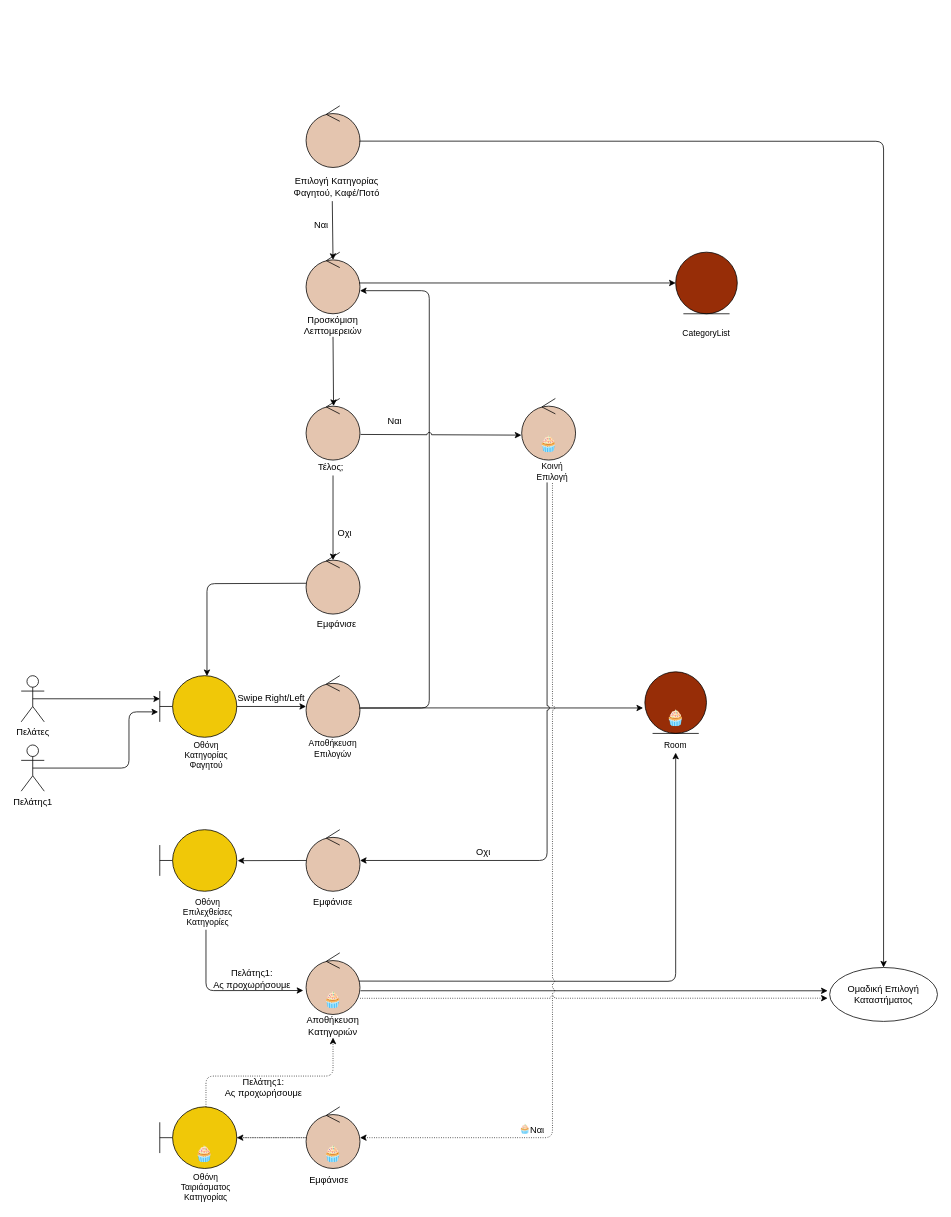
The draw.io diagram docs/contributions/JoannaAgo/Phase_5/Team Choice - Category/Team_Choice_Category_Robustness.drawio in iloudaros/nomnomr, before the edit. Source tidied: cells renumbered, new cells numbered last; positions are measured from the earlier drawing's top-left corner, leaving out a move shared by most shapes. Both pictures are drawn from the tidied source at 77%, with x=0, y=0 at pixel (21, 105).
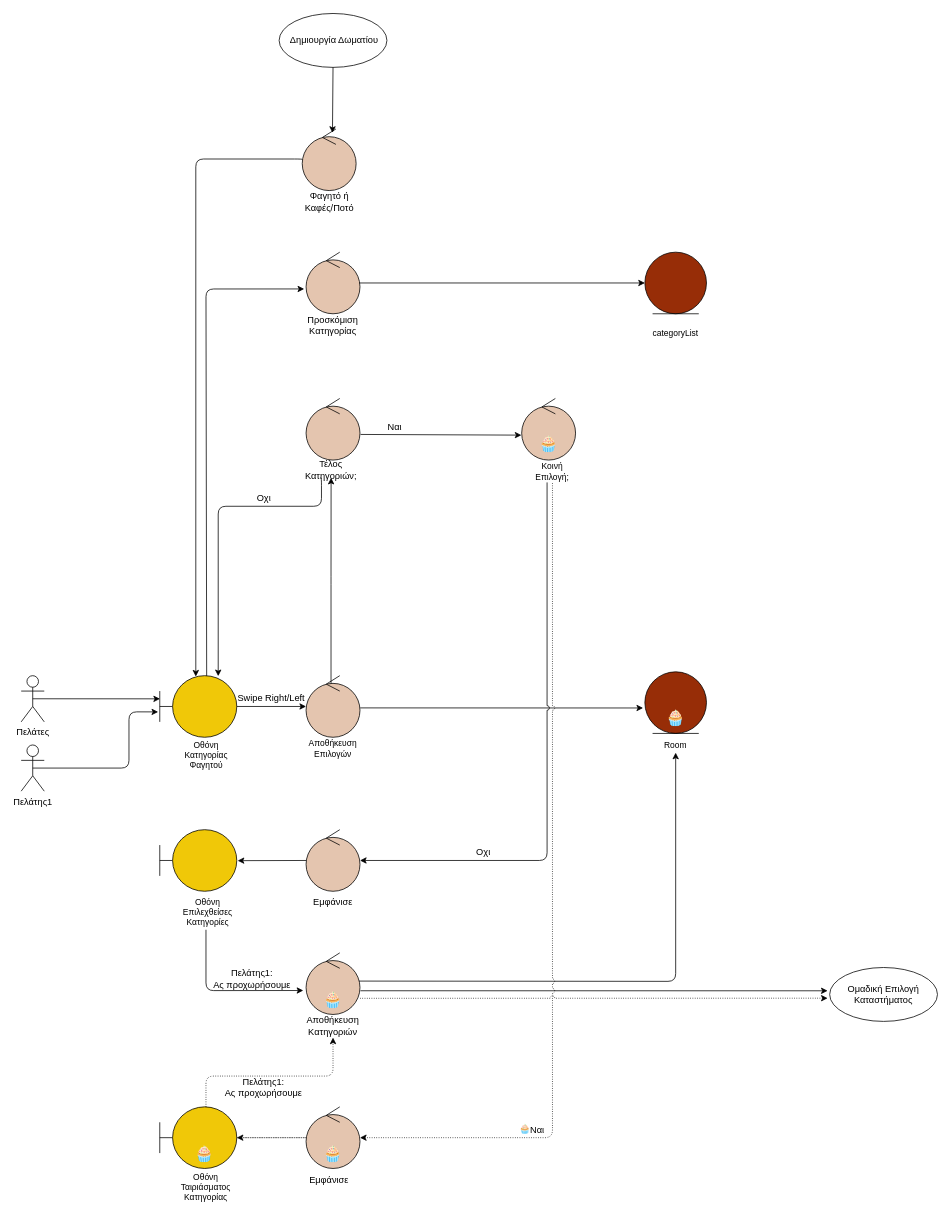
After the change.

Unchanged cells that the change refers to:
```xml
<mxCell id="2" style="shape=umlBoundary;whiteSpace=wrap;html=1;fillColor=#F0C808;" parent="1" vertex="1">
  <mxGeometry x="180" y="740" width="100" height="80" as="geometry" />
</mxCell>
<mxCell id="5" style="ellipse;shape=umlControl;whiteSpace=wrap;html=1;fontSize=10;fillColor=#E4C5AF;" parent="1" vertex="1">
  <mxGeometry x="370" y="190" width="70" height="80" as="geometry" />
</mxCell>
<mxCell id="8" style="ellipse;shape=umlControl;whiteSpace=wrap;html=1;fontSize=12;fillColor=#E4C5AF;" parent="1" vertex="1">
  <mxGeometry x="370" y="380" width="70" height="80" as="geometry" />
</mxCell>
<mxCell id="12" style="ellipse;shape=umlControl;whiteSpace=wrap;html=1;fontSize=12;fillColor=#E4C5AF;" parent="1" vertex="1">
  <mxGeometry x="370" y="740" width="70" height="80" as="geometry" />
</mxCell>
<mxCell id="60" value="Ομαδική Επιλογή Καταστήματος" style="ellipse;whiteSpace=wrap;html=1;" parent="1" vertex="1">
  <mxGeometry x="1050" y="1119" width="140" height="70" as="geometry" />
</mxCell>
```

The edit, as a diff of the source:
```diff
@@
     <mxCell id="6" style="ellipse;shape=umlEntity;whiteSpace=wrap;html=1;fontSize=12;fillColor=#972D07;" parent="1" vertex="1">
-      <mxGeometry x="850" y="190" width="80" height="80" as="geometry" />
+      <mxGeometry x="810" y="190" width="80" height="80" as="geometry" />
     </mxCell>
@@
-    <mxCell id="9" style="endArrow=classic;html=1;rounded=0;fontSize=12;exitX=0.5;exitY=1;exitDx=0;exitDy=0;startArrow=none;entryX=0.51;entryY=0.122;entryDx=0;entryDy=0;entryPerimeter=0;" parent="1" edge="1" source="14" target="8">
-      <mxGeometry relative="1" as="geometry" />
-    </mxCell>
@@
     <mxCell id="11" value="Οχι" style="text;html=1;align=center;verticalAlign=middle;strokeColor=none;fillColor=none;fontSize=12;" parent="1" vertex="1">
-      <mxGeometry x="400" y="545" width="40" height="20" as="geometry" />
+      <mxGeometry x="295" y="500" width="40" height="20" as="geometry" />
     </mxCell>
@@
-    <mxCell id="14" value="Προσκόμιση Λεπτομερειών" style="text;html=1;strokeColor=none;fillColor=none;align=center;verticalAlign=middle;whiteSpace=wrap;rounded=0;fontSize=12;" parent="1" vertex="1">
+    <mxCell id="14" value="Προσκόμιση Κατηγορίας" style="text;html=1;strokeColor=none;fillColor=none;align=center;verticalAlign=middle;whiteSpace=wrap;rounded=0;fontSize=12;" parent="1" vertex="1">
       <mxGeometry x="375" y="270" width="60" height="30" as="geometry" />
     </mxCell>
-    <mxCell id="15" value="CategoryList" style="text;html=1;strokeColor=none;fillColor=none;align=center;verticalAlign=middle;whiteSpace=wrap;rounded=0;fontSize=11;" parent="1" vertex="1">
-      <mxGeometry x="860" y="280" width="60" height="30" as="geometry" />
+    <mxCell id="15" value="categoryList" style="text;html=1;strokeColor=none;fillColor=none;align=center;verticalAlign=middle;whiteSpace=wrap;rounded=0;fontSize=11;" parent="1" vertex="1">
+      <mxGeometry x="820" y="280" width="60" height="30" as="geometry" />
     </mxCell>
@@
-    <mxCell id="17" value="Κοινή Επιλογή" style="text;html=1;strokeColor=none;fillColor=none;align=center;verticalAlign=middle;whiteSpace=wrap;rounded=0;fontSize=11;" parent="1" vertex="1">
+    <mxCell id="17" value="Κοινή Επιλογή;" style="text;html=1;strokeColor=none;fillColor=none;align=center;verticalAlign=middle;whiteSpace=wrap;rounded=0;fontSize=11;" parent="1" vertex="1">
       <mxGeometry x="660" y="460" width="60" height="30" as="geometry" />
     </mxCell>
@@
-    <mxCell id="20" style="ellipse;shape=umlControl;whiteSpace=wrap;html=1;fontSize=11;fillColor=#E4C5AF;" parent="1" vertex="1">
-      <mxGeometry x="370" y="580" width="70" height="80" as="geometry" />
-    </mxCell>
-    <mxCell id="21" style="endArrow=classic;html=1;rounded=1;fontSize=12;startArrow=none;entryX=0.613;entryY=0.007;entryDx=0;entryDy=0;entryPerimeter=0;edgeStyle=orthogonalEdgeStyle;" parent="1" edge="1" target="2">
+    <mxCell id="21" style="endArrow=classic;html=1;rounded=1;fontSize=12;startArrow=none;edgeStyle=orthogonalEdgeStyle;entryX=0.468;entryY=0.014;entryDx=0;entryDy=0;entryPerimeter=0;" parent="1" edge="1" target="2">
       <mxGeometry relative="1" as="geometry">
-        <mxPoint x="370" y="620" as="sourcePoint" />
+        <mxPoint x="365" y="70" as="sourcePoint" />
+        <Array as="points">
+          <mxPoint x="365" y="69" />
+          <mxPoint x="227" y="69" />
+        </Array>
       </mxGeometry>
     </mxCell>
-    <mxCell id="22" style="ellipse;shape=umlControl;whiteSpace=wrap;html=1;fontSize=11;fillColor=#E4C5AF;" parent="1" vertex="1">
-      <mxGeometry x="370" width="70" height="80" as="geometry" />
-    </mxCell>
-    <mxCell id="23" value="Επιλογή Κατηγορίας Φαγητού, Καφέ/Ποτό" style="text;html=1;strokeColor=none;fillColor=none;align=center;verticalAlign=middle;whiteSpace=wrap;rounded=0;fontSize=12;" parent="1" vertex="1">
-      <mxGeometry x="350.3" y="90" width="119.7" height="30" as="geometry" />
-    </mxCell>
-    <mxCell id="24" style="endArrow=classic;html=1;rounded=0;fontSize=12;startArrow=none;exitX=0.449;exitY=1.124;exitDx=0;exitDy=0;exitPerimeter=0;" parent="1" edge="1" source="23">
-      <mxGeometry relative="1" as="geometry">
-        <mxPoint x="405" y="200" as="targetPoint" />
-      </mxGeometry>
-    </mxCell>
-    <mxCell id="25" value="Ναι" style="text;html=1;strokeColor=none;fillColor=none;align=center;verticalAlign=middle;whiteSpace=wrap;rounded=0;fontSize=12;" parent="1" vertex="1">
-      <mxGeometry x="360" y="140" width="60" height="30" as="geometry" />
-    </mxCell>
-    <mxCell id="26" value="Τέλος;" style="text;html=1;strokeColor=none;fillColor=none;align=center;verticalAlign=middle;whiteSpace=wrap;rounded=0;fontSize=12;" parent="1" vertex="1">
-      <mxGeometry x="375" y="460" width="55" height="20" as="geometry" />
+    <mxCell id="26" value="Τέλος Κατηγοριών;" style="text;html=1;strokeColor=none;fillColor=none;align=center;verticalAlign=middle;whiteSpace=wrap;rounded=0;fontSize=12;" parent="1" vertex="1">
+      <mxGeometry x="375" y="463" width="55" height="20" as="geometry" />
     </mxCell>
-    <mxCell id="27" style="endArrow=classic;html=1;rounded=0;fontSize=12;startArrow=none;" parent="1" edge="1">
+    <mxCell id="27" style="endArrow=classic;html=1;rounded=1;fontSize=12;startArrow=none;edgeStyle=orthogonalEdgeStyle;exitX=0.25;exitY=1;exitDx=0;exitDy=0;entryX=0.759;entryY=0.008;entryDx=0;entryDy=0;entryPerimeter=0;" parent="1" edge="1" source="26" target="2">
       <mxGeometry relative="1" as="geometry">
-        <mxPoint x="405" y="480" as="sourcePoint" />
-        <mxPoint x="405" y="590" as="targetPoint" />
+        <Array as="points">
+          <mxPoint x="390" y="483" />
+          <mxPoint x="390" y="520" />
+          <mxPoint x="256" y="520" />
+        </Array>
       </mxGeometry>
     </mxCell>
-    <mxCell id="28" value="Εμφάνισε" style="text;html=1;strokeColor=none;fillColor=none;align=center;verticalAlign=middle;whiteSpace=wrap;rounded=0;fontSize=12;" parent="1" vertex="1">
-      <mxGeometry x="380" y="658" width="60" height="30" as="geometry" />
-    </mxCell>
@@
     <mxCell id="31" value="Swipe Right/Left" style="text;html=1;strokeColor=none;fillColor=none;align=center;verticalAlign=middle;whiteSpace=wrap;rounded=0;fontSize=12;" parent="1" vertex="1">
-      <mxGeometry x="280" y="760" width="90" height="20" as="geometry" />
+      <mxGeometry x="280" y="759" width="90" height="20" as="geometry" />
     </mxCell>
@@
-    <mxCell id="33" style="endArrow=classic;html=1;rounded=1;fontSize=12;exitX=0.988;exitY=0.527;exitDx=0;exitDy=0;exitPerimeter=0;jumpStyle=arc;" parent="1" edge="1" source="12">
+    <mxCell id="33" style="endArrow=classic;html=1;rounded=1;fontSize=12;exitX=0.609;exitY=0.003;exitDx=0;exitDy=0;exitPerimeter=0;jumpStyle=arc;entryX=-0.035;entryY=0.597;entryDx=0;entryDy=0;entryPerimeter=0;edgeStyle=orthogonalEdgeStyle;" parent="1" edge="1" source="2" target="5">
       <mxGeometry relative="1" as="geometry">
-        <mxPoint x="440" y="240" as="targetPoint" />
         <Array as="points">
-          <mxPoint x="530" y="782" />
-          <mxPoint x="530" y="520" />
-          <mxPoint x="530" y="240" />
+          <mxPoint x="241" y="737" />
+          <mxPoint x="240" y="737" />
+          <mxPoint x="240" y="238" />
         </Array>
       </mxGeometry>
     </mxCell>
@@
-    <mxCell id="57" style="endArrow=classic;html=1;rounded=1;fontSize=11;exitX=0.989;exitY=0.572;exitDx=0;exitDy=0;exitPerimeter=0;entryX=0.5;entryY=0;entryDx=0;entryDy=0;" parent="1" edge="1" source="22" target="60">
-      <mxGeometry relative="1" as="geometry">
-        <Array as="points">
-          <mxPoint x="1120" y="46" />
-        </Array>
-      </mxGeometry>
-    </mxCell>
     <mxCell id="58" value="Ναι" style="text;html=1;align=center;verticalAlign=middle;strokeColor=none;fillColor=none;fontSize=12;" parent="1" vertex="1">
-      <mxGeometry x="470" y="400" width="30" height="20" as="geometry" />
+      <mxGeometry x="470" y="407" width="30" height="20" as="geometry" />
     </mxCell>
@@
+    <mxCell id="68" value="&amp;nbsp;Δημιουργία Δωματίου" style="ellipse;whiteSpace=wrap;html=1;" parent="1" vertex="1">
+      <mxGeometry x="335" y="-120" width="140" height="70" as="geometry" />
+    </mxCell>
+    <mxCell id="69" value="Φαγητό ή&lt;br&gt;Καφές/Ποτό" style="text;html=1;strokeColor=none;fillColor=none;align=center;verticalAlign=middle;whiteSpace=wrap;rounded=0;fontSize=12;" parent="1" vertex="1">
+      <mxGeometry x="362.5" y="110" width="75" height="30" as="geometry" />
+    </mxCell>
+    <mxCell id="70" style="ellipse;shape=umlControl;whiteSpace=wrap;html=1;fontSize=11;fillColor=#E4C5AF;" parent="1" vertex="1">
+      <mxGeometry x="365" y="30" width="70" height="80" as="geometry" />
+    </mxCell>
+    <mxCell id="71" style="endArrow=classic;html=1;rounded=0;fontSize=12;exitX=0.5;exitY=1;exitDx=0;exitDy=0;startArrow=none;entryX=0.561;entryY=0.063;entryDx=0;entryDy=0;entryPerimeter=0;" parent="1" edge="1" source="68" target="70">
+      <mxGeometry relative="1" as="geometry" />
+    </mxCell>
+    <mxCell id="72" style="endArrow=classic;html=1;rounded=1;fontSize=11;entryX=0.5;entryY=1;entryDx=0;entryDy=0;exitX=0.463;exitY=0.124;exitDx=0;exitDy=0;exitPerimeter=0;edgeStyle=orthogonalEdgeStyle;" parent="1" edge="1" source="12" target="26">
+      <mxGeometry relative="1" as="geometry" />
+    </mxCell>
```
